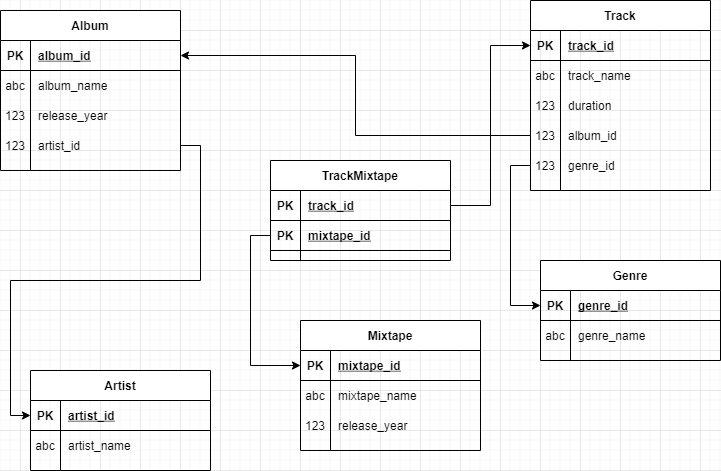
Earlier version of the draw.io export ERD.png (OwnNightmare/sql_learning). Source tidied: cells renumbered, new cells last; positions are measured from the earlier drawing's top-left corner, leaving out a move shared by most shapes.
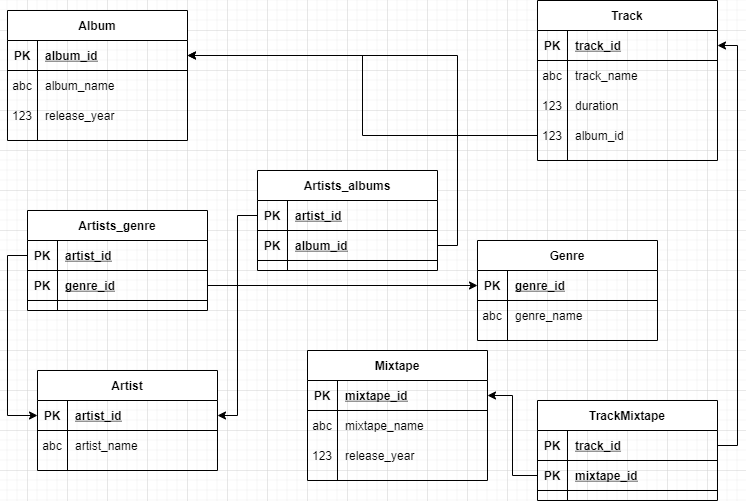
After the commit.

Change to the diagram source:
```diff
@@ -30,7 +30,7 @@
       <mxGeometry x="30" width="150" height="30" as="geometry" />
     </mxCell>
     <mxCell id="10" value="Track" style="shape=table;startSize=30;rowLines=0;fontStyle=1;align=center;" parent="1" vertex="1">
-      <mxGeometry x="530" width="180" height="190" as="geometry" />
+      <mxGeometry x="530" width="180" height="160" as="geometry" />
     </mxCell>
     <mxCell id="11" style="shape=partialRectangle;fillColor=none;top=0;left=0;bottom=1;right=0;points=[[0,0.5],[1,0.5]];portConstraint=eastwest;" parent="10" vertex="1">
       <mxGeometry y="30" width="180" height="30" as="geometry" />
@@ -68,17 +68,8 @@
     <mxCell id="22" value="album_id" style="shape=partialRectangle;fillColor=none;top=0;left=0;bottom=0;right=0;align=left;spacingLeft=6;overflow=hidden;" parent="20" vertex="1">
       <mxGeometry x="30" width="150" height="30" as="geometry" />
     </mxCell>
-    <mxCell id="23" style="shape=partialRectangle;fillColor=none;top=0;left=0;bottom=0;right=0;points=[[0,0.5],[1,0.5]];portConstraint=eastwest;" parent="10" vertex="1">
-      <mxGeometry y="150" width="180" height="30" as="geometry" />
-    </mxCell>
-    <mxCell id="24" value="123" style="shape=partialRectangle;fillColor=none;top=0;left=0;bottom=0;right=0;overflow=hidden;" parent="23" vertex="1">
-      <mxGeometry width="30" height="30" as="geometry" />
-    </mxCell>
-    <mxCell id="25" value="genre_id" style="shape=partialRectangle;fillColor=none;top=0;left=0;bottom=0;right=0;align=left;spacingLeft=6;overflow=hidden;" parent="23" vertex="1">
-      <mxGeometry x="30" width="150" height="30" as="geometry" />
-    </mxCell>
     <mxCell id="26" value="Album" style="shape=table;startSize=30;rowLines=0;fontStyle=1;align=center;" parent="1" vertex="1">
-      <mxGeometry y="10" width="180" height="160" as="geometry" />
+      <mxGeometry y="10" width="180" height="130" as="geometry" />
     </mxCell>
     <mxCell id="27" style="shape=partialRectangle;fillColor=none;top=0;left=0;bottom=1;right=0;points=[[0,0.5],[1,0.5]];portConstraint=eastwest;" parent="26" vertex="1">
       <mxGeometry y="30" width="180" height="30" as="geometry" />
@@ -107,26 +98,11 @@
     <mxCell id="35" value="release_year" style="shape=partialRectangle;fillColor=none;top=0;left=0;bottom=0;right=0;align=left;spacingLeft=6;overflow=hidden;" parent="33" vertex="1">
       <mxGeometry x="30" width="150" height="30" as="geometry" />
     </mxCell>
-    <mxCell id="36" style="shape=partialRectangle;fillColor=none;top=0;left=0;bottom=0;right=0;points=[[0,0.5],[1,0.5]];portConstraint=eastwest;" parent="26" vertex="1">
-      <mxGeometry y="120" width="180" height="30" as="geometry" />
-    </mxCell>
-    <mxCell id="37" value="123" style="shape=partialRectangle;fillColor=none;top=0;left=0;bottom=0;right=0;overflow=hidden;" parent="36" vertex="1">
-      <mxGeometry width="30" height="30" as="geometry" />
-    </mxCell>
-    <mxCell id="38" value="artist_id" style="shape=partialRectangle;fillColor=none;top=0;left=0;bottom=0;right=0;align=left;spacingLeft=6;overflow=hidden;" parent="36" vertex="1">
-      <mxGeometry x="30" width="150" height="30" as="geometry" />
-    </mxCell>
-    <mxCell id="39" style="edgeStyle=orthogonalEdgeStyle;rounded=0;jettySize=auto;html=1;exitX=1;exitY=0.5;exitDx=0;exitDy=0;entryX=0;entryY=0.5;entryDx=0;entryDy=0;" parent="1" edge="1" source="36" target="4">
-      <mxGeometry relative="1" as="geometry" />
-    </mxCell>
-    <mxCell id="40" style="edgeStyle=orthogonalEdgeStyle;rounded=0;jettySize=auto;html=1;exitX=0;exitY=0.5;exitDx=0;exitDy=0;entryX=1;entryY=0.5;entryDx=0;entryDy=0;" parent="1" edge="1" source="20" target="27">
-      <mxGeometry relative="1" as="geometry" />
-    </mxCell>
     <mxCell id="41" style="edgeStyle=orthogonalEdgeStyle;rounded=0;jettySize=auto;html=1;exitX=0;exitY=0.5;exitDx=0;exitDy=0;entryX=1;entryY=0.5;entryDx=0;entryDy=0;" parent="1" edge="1" target="4">
       <mxGeometry relative="1" as="geometry" />
     </mxCell>
     <mxCell id="42" value="Genre" style="shape=table;startSize=30;rowLines=0;fontStyle=1;align=center;" parent="1" vertex="1">
-      <mxGeometry x="540" y="260" width="180" height="100" as="geometry" />
+      <mxGeometry x="470" y="240" width="180" height="100" as="geometry" />
     </mxCell>
     <mxCell id="43" style="shape=partialRectangle;fillColor=none;top=0;left=0;bottom=1;right=0;points=[[0,0.5],[1,0.5]];portConstraint=eastwest;" parent="42" vertex="1">
       <mxGeometry y="30" width="180" height="30" as="geometry" />
@@ -150,7 +126,7 @@
       <mxGeometry relative="1" as="geometry" />
     </mxCell>
     <mxCell id="50" value="Mixtape" style="shape=table;startSize=30;rowLines=0;fontStyle=1;align=center;" parent="1" vertex="1">
-      <mxGeometry x="300" y="320" width="180" height="130" as="geometry" />
+      <mxGeometry x="300" y="350" width="180" height="130" as="geometry" />
     </mxCell>
     <mxCell id="51" style="shape=partialRectangle;fillColor=none;top=0;left=0;bottom=1;right=0;points=[[0,0.5],[1,0.5]];portConstraint=eastwest;" parent="50" vertex="1">
       <mxGeometry y="30" width="180" height="30" as="geometry" />
@@ -179,14 +155,11 @@
     <mxCell id="59" value="release_year" style="shape=partialRectangle;fillColor=none;top=0;left=0;bottom=0;right=0;align=left;spacingLeft=6;overflow=hidden;" parent="57" vertex="1">
       <mxGeometry x="30" width="150" height="30" as="geometry" />
     </mxCell>
-    <mxCell id="60" style="edgeStyle=orthogonalEdgeStyle;rounded=0;jettySize=auto;html=1;exitX=0;exitY=0.5;exitDx=0;exitDy=0;entryX=0;entryY=0.5;entryDx=0;entryDy=0;" parent="1" edge="1" source="23" target="43">
-      <mxGeometry relative="1" as="geometry" />
-    </mxCell>
     <mxCell id="61" style="edgeStyle=orthogonalEdgeStyle;rounded=0;jettySize=auto;html=1;exitX=0;exitY=0.5;exitDx=0;exitDy=0;entryX=0;entryY=0.5;entryDx=0;entryDy=0;" parent="1" edge="1" target="51">
       <mxGeometry relative="1" as="geometry" />
     </mxCell>
     <mxCell id="62" value="TrackMixtape" style="shape=table;startSize=30;rowLines=0;fontStyle=1;align=center;" parent="1" vertex="1">
-      <mxGeometry x="270" y="160" width="180" height="100" as="geometry" />
+      <mxGeometry x="530" y="400" width="180" height="100" as="geometry" />
     </mxCell>
     <mxCell id="63" style="shape=partialRectangle;fillColor=none;top=0;left=0;bottom=1;right=0;points=[[0,0.5],[1,0.5]];portConstraint=eastwest;" parent="62" vertex="1">
       <mxGeometry y="30" width="180" height="30" as="geometry" />
@@ -206,11 +179,71 @@
     <mxCell id="68" value="mixtape_id" style="shape=partialRectangle;fillColor=none;top=0;left=0;bottom=0;right=0;align=left;spacingLeft=6;fontStyle=5;overflow=hidden;" parent="66" vertex="1">
       <mxGeometry x="30" width="150" height="30" as="geometry" />
     </mxCell>
+    <mxCell id="71" value="Artists_genre" style="shape=table;startSize=30;rowLines=0;fontStyle=1;align=center;" parent="1" vertex="1">
+      <mxGeometry x="20" y="210" width="180" height="100" as="geometry" />
+    </mxCell>
+    <mxCell id="72" style="shape=partialRectangle;fillColor=none;top=0;left=0;bottom=1;right=0;points=[[0,0.5],[1,0.5]];portConstraint=eastwest;" parent="71" vertex="1">
+      <mxGeometry y="30" width="180" height="30" as="geometry" />
+    </mxCell>
+    <mxCell id="73" value="PK" style="shape=partialRectangle;fillColor=none;top=0;left=0;bottom=0;right=0;fontStyle=1;overflow=hidden;" parent="72" vertex="1">
+      <mxGeometry width="30" height="30" as="geometry" />
+    </mxCell>
+    <mxCell id="74" value="artist_id" style="shape=partialRectangle;fillColor=none;top=0;left=0;bottom=0;right=0;align=left;spacingLeft=6;fontStyle=5;overflow=hidden;" parent="72" vertex="1">
+      <mxGeometry x="30" width="150" height="30" as="geometry" />
+    </mxCell>
+    <mxCell id="75" style="shape=partialRectangle;fillColor=none;top=0;left=0;bottom=1;right=0;points=[[0,0.5],[1,0.5]];portConstraint=eastwest;" parent="71" vertex="1">
+      <mxGeometry y="60" width="180" height="30" as="geometry" />
+    </mxCell>
+    <mxCell id="76" value="PK" style="shape=partialRectangle;fillColor=none;top=0;left=0;bottom=0;right=0;fontStyle=1;overflow=hidden;" parent="75" vertex="1">
+      <mxGeometry width="30" height="30" as="geometry" />
+    </mxCell>
+    <mxCell id="25" value="genre_id" style="shape=partialRectangle;fillColor=none;top=0;left=0;bottom=0;right=0;align=left;spacingLeft=6;fontStyle=5;overflow=hidden;" parent="75" vertex="1">
+      <mxGeometry x="30" width="150" height="30" as="geometry" />
+    </mxCell>
+    <mxCell id="77" style="edgeStyle=orthogonalEdgeStyle;rounded=0;jettySize=auto;html=1;exitX=0;exitY=0.5;exitDx=0;exitDy=0;entryX=0;entryY=0.5;entryDx=0;entryDy=0;" parent="1" edge="1" source="72" target="4">
+      <mxGeometry relative="1" as="geometry" />
+    </mxCell>
+    <mxCell id="78" style="edgeStyle=orthogonalEdgeStyle;rounded=0;jettySize=auto;html=1;exitX=1;exitY=0.5;exitDx=0;exitDy=0;entryX=0;entryY=0.5;entryDx=0;entryDy=0;" parent="1" edge="1" source="75" target="43">
+      <mxGeometry relative="1" as="geometry" />
+    </mxCell>
+    <mxCell id="79" value="Artists_albums" style="shape=table;startSize=30;rowLines=0;fontStyle=1;align=center;" parent="1" vertex="1">
+      <mxGeometry x="250" y="170" width="180" height="100" as="geometry" />
+    </mxCell>
+    <mxCell id="80" style="shape=partialRectangle;fillColor=none;top=0;left=0;bottom=1;right=0;points=[[0,0.5],[1,0.5]];portConstraint=eastwest;" parent="79" vertex="1">
+      <mxGeometry y="30" width="180" height="30" as="geometry" />
+    </mxCell>
+    <mxCell id="81" value="PK" style="shape=partialRectangle;fillColor=none;top=0;left=0;bottom=0;right=0;fontStyle=1;overflow=hidden;" parent="80" vertex="1">
+      <mxGeometry width="30" height="30" as="geometry" />
+    </mxCell>
+    <mxCell id="82" value="artist_id" style="shape=partialRectangle;fillColor=none;top=0;left=0;bottom=0;right=0;align=left;spacingLeft=6;fontStyle=5;overflow=hidden;" parent="80" vertex="1">
+      <mxGeometry x="30" width="150" height="30" as="geometry" />
+    </mxCell>
+    <mxCell id="83" style="shape=partialRectangle;fillColor=none;top=0;left=0;bottom=1;right=0;points=[[0,0.5],[1,0.5]];portConstraint=eastwest;" parent="79" vertex="1">
+      <mxGeometry y="60" width="180" height="30" as="geometry" />
+    </mxCell>
+    <mxCell id="84" value="PK" style="shape=partialRectangle;fillColor=none;top=0;left=0;bottom=0;right=0;fontStyle=1;overflow=hidden;" parent="83" vertex="1">
+      <mxGeometry width="30" height="30" as="geometry" />
+    </mxCell>
+    <mxCell id="85" value="album_id" style="shape=partialRectangle;fillColor=none;top=0;left=0;bottom=0;right=0;align=left;spacingLeft=6;fontStyle=5;overflow=hidden;" parent="83" vertex="1">
+      <mxGeometry x="30" width="150" height="30" as="geometry" />
+    </mxCell>
+    <mxCell id="86" style="edgeStyle=orthogonalEdgeStyle;rounded=0;jettySize=auto;html=1;exitX=0;exitY=0.5;exitDx=0;exitDy=0;entryX=1;entryY=0.5;entryDx=0;entryDy=0;" parent="1" edge="1" source="80" target="4">
+      <mxGeometry relative="1" as="geometry" />
+    </mxCell>
+    <mxCell id="87" style="edgeStyle=orthogonalEdgeStyle;rounded=0;jettySize=auto;html=1;exitX=1;exitY=0.5;exitDx=0;exitDy=0;entryX=1;entryY=0.5;entryDx=0;entryDy=0;" parent="1" edge="1" source="83" target="27">
+      <mxGeometry relative="1" as="geometry" />
+    </mxCell>
+    <mxCell id="40" style="edgeStyle=orthogonalEdgeStyle;rounded=0;jettySize=auto;html=1;exitX=0;exitY=0.5;exitDx=0;exitDy=0;entryX=1;entryY=0.5;entryDx=0;entryDy=0;" parent="1" edge="1" source="20" target="27">
+      <mxGeometry relative="1" as="geometry" />
+    </mxCell>
+    <mxCell id="88" style="edgeStyle=orthogonalEdgeStyle;rounded=0;jettySize=auto;html=1;exitX=0;exitY=0.5;exitDx=0;exitDy=0;entryX=0;entryY=0.5;entryDx=0;entryDy=0;" parent="1" edge="1" source="x" target="4">
+      <mxGeometry relative="1" as="geometry" />
+    </mxCell>
+    <mxCell id="70" style="edgeStyle=orthogonalEdgeStyle;rounded=0;jettySize=auto;html=1;exitX=0;exitY=0.5;exitDx=0;exitDy=0;entryX=1;entryY=0.5;entryDx=0;entryDy=0;" parent="1" edge="1" source="66" target="51">
+      <mxGeometry relative="1" as="geometry" />
+    </mxCell>
-    <mxCell id="69" style="edgeStyle=orthogonalEdgeStyle;rounded=0;jettySize=auto;html=1;exitX=1;exitY=0.5;exitDx=0;exitDy=0;entryX=0;entryY=0.5;entryDx=0;entryDy=0;" parent="1" edge="1" source="63" target="11">
+    <mxCell id="69" style="edgeStyle=orthogonalEdgeStyle;rounded=0;jettySize=auto;html=1;exitX=1;exitY=0.5;exitDx=0;exitDy=0;entryX=1;entryY=0.5;entryDx=0;entryDy=0;" parent="1" edge="1" source="63" target="11">
       <mxGeometry relative="1" as="geometry" />
     </mxCell>
-    <mxCell id="70" style="edgeStyle=orthogonalEdgeStyle;rounded=0;jettySize=auto;html=1;exitX=0;exitY=0.5;exitDx=0;exitDy=0;entryX=0;entryY=0.5;entryDx=0;entryDy=0;" parent="1" edge="1" source="66" target="51">
-      <mxGeometry relative="1" as="geometry" />
-    </mxCell>
   </root>
 </mxGraphModel>
```
